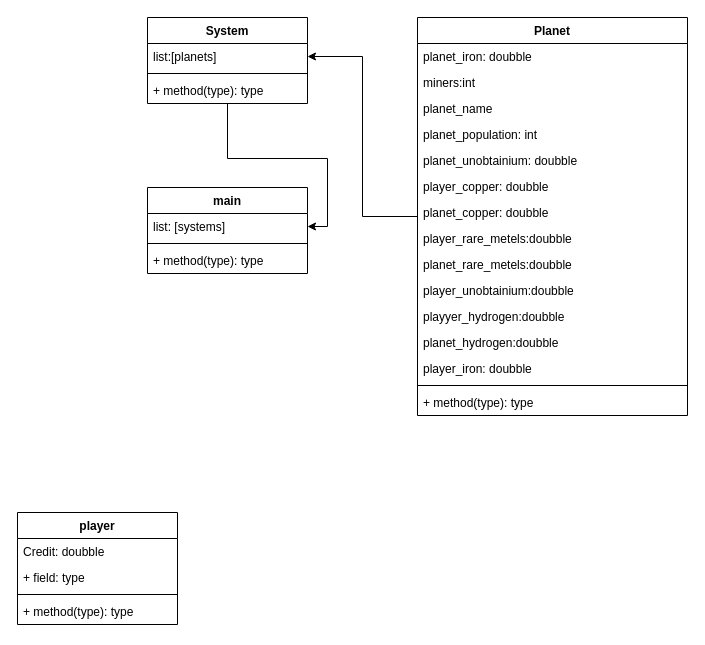
The draw.io diagram Ressorses/drawing and UML/UML.drawio in krixzy/space_survicers, before the edit. Source tidied: cells renumbered, new cells numbered last; positions are measured from the earlier drawing's top-left corner, leaving out a move shared by most shapes. Both pictures are drawn from the tidied source at 100%, with x=0, y=0 at pixel (17, 17).
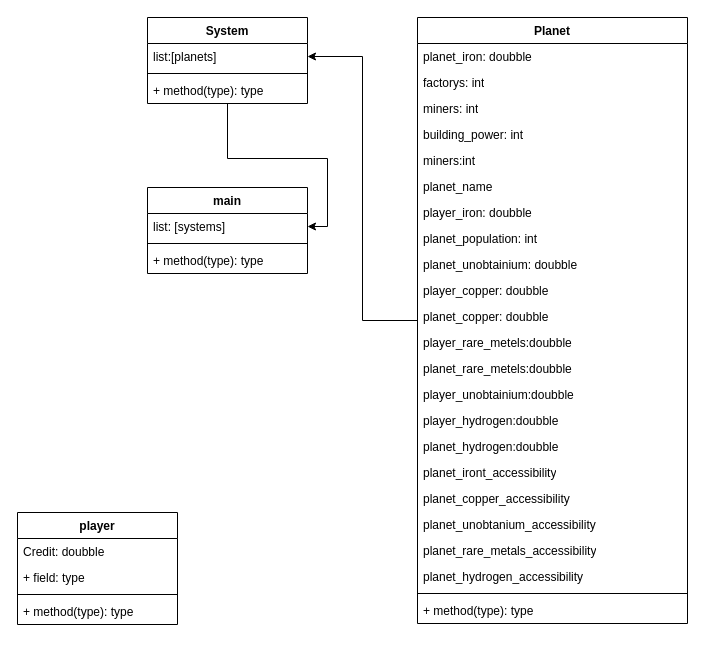
After the change.

Diff of the diagram source:
```diff
@@
     <mxCell id="8" value="Planet" style="swimlane;fontStyle=1;align=center;verticalAlign=top;horizontal=1;startSize=26;whiteSpace=wrap;html=1;" parent="1" vertex="1">
-      <mxGeometry x="400" width="270" height="398" as="geometry" />
+      <mxGeometry x="400" width="270" height="606" as="geometry" />
     </mxCell>
@@
+    <mxCell id="33" value="factorys: int&lt;br&gt;" style="text;strokeColor=none;fillColor=none;align=left;verticalAlign=top;spacingLeft=4;spacingRight=4;overflow=hidden;whiteSpace=wrap;html=1;" parent="8" vertex="1">
+      <mxGeometry y="52" width="270" height="26" as="geometry" />
+    </mxCell>
+    <mxCell id="34" value="miners: int" style="text;strokeColor=none;fillColor=none;align=left;verticalAlign=top;spacingLeft=4;spacingRight=4;overflow=hidden;whiteSpace=wrap;html=1;" parent="8" vertex="1">
+      <mxGeometry y="78" width="270" height="26" as="geometry" />
+    </mxCell>
+    <mxCell id="35" value="building_power: int&lt;br&gt;" style="text;strokeColor=none;fillColor=none;align=left;verticalAlign=top;spacingLeft=4;spacingRight=4;overflow=hidden;whiteSpace=wrap;html=1;" parent="8" vertex="1">
+      <mxGeometry y="104" width="270" height="26" as="geometry" />
+    </mxCell>
     <mxCell id="10" value="miners:int" style="text;strokeColor=none;fillColor=none;align=left;verticalAlign=top;spacingLeft=4;spacingRight=4;overflow=hidden;whiteSpace=wrap;html=1;" parent="8" vertex="1">
-      <mxGeometry y="52" width="270" height="26" as="geometry" />
+      <mxGeometry y="130" width="270" height="26" as="geometry" />
     </mxCell>
     <mxCell id="11" value="planet_name" style="text;strokeColor=none;fillColor=none;align=left;verticalAlign=top;spacingLeft=4;spacingRight=4;overflow=hidden;whiteSpace=wrap;html=1;" parent="8" vertex="1">
-      <mxGeometry y="78" width="270" height="26" as="geometry" />
+      <mxGeometry y="156" width="270" height="26" as="geometry" />
     </mxCell>
+    <mxCell id="21" value="player_iron: doubble" style="text;strokeColor=none;fillColor=none;align=left;verticalAlign=top;spacingLeft=4;spacingRight=4;overflow=hidden;whiteSpace=wrap;html=1;" parent="8" vertex="1">
+      <mxGeometry y="182" width="270" height="26" as="geometry" />
+    </mxCell>
     <mxCell id="12" value="planet_population: int" style="text;strokeColor=none;fillColor=none;align=left;verticalAlign=top;spacingLeft=4;spacingRight=4;overflow=hidden;whiteSpace=wrap;html=1;" parent="8" vertex="1">
-      <mxGeometry y="104" width="270" height="26" as="geometry" />
+      <mxGeometry y="208" width="270" height="26" as="geometry" />
     </mxCell>
     <mxCell id="13" value="planet_unobtainium: doubble" style="text;strokeColor=none;fillColor=none;align=left;verticalAlign=top;spacingLeft=4;spacingRight=4;overflow=hidden;whiteSpace=wrap;html=1;" parent="8" vertex="1">
-      <mxGeometry y="130" width="270" height="26" as="geometry" />
+      <mxGeometry y="234" width="270" height="26" as="geometry" />
     </mxCell>
     <mxCell id="14" value="player_copper: doubble" style="text;strokeColor=none;fillColor=none;align=left;verticalAlign=top;spacingLeft=4;spacingRight=4;overflow=hidden;whiteSpace=wrap;html=1;" parent="8" vertex="1">
-      <mxGeometry y="156" width="270" height="26" as="geometry" />
+      <mxGeometry y="260" width="270" height="26" as="geometry" />
     </mxCell>
     <mxCell id="15" value="planet_copper: doubble" style="text;strokeColor=none;fillColor=none;align=left;verticalAlign=top;spacingLeft=4;spacingRight=4;overflow=hidden;whiteSpace=wrap;html=1;" parent="8" vertex="1">
-      <mxGeometry y="182" width="270" height="26" as="geometry" />
+      <mxGeometry y="286" width="270" height="26" as="geometry" />
     </mxCell>
     <mxCell id="16" value="player_rare_metels:doubble" style="text;strokeColor=none;fillColor=none;align=left;verticalAlign=top;spacingLeft=4;spacingRight=4;overflow=hidden;whiteSpace=wrap;html=1;" parent="8" vertex="1">
-      <mxGeometry y="208" width="270" height="26" as="geometry" />
+      <mxGeometry y="312" width="270" height="26" as="geometry" />
     </mxCell>
     <mxCell id="17" value="planet_rare_metels:doubble" style="text;strokeColor=none;fillColor=none;align=left;verticalAlign=top;spacingLeft=4;spacingRight=4;overflow=hidden;whiteSpace=wrap;html=1;" parent="8" vertex="1">
-      <mxGeometry y="234" width="270" height="26" as="geometry" />
+      <mxGeometry y="338" width="270" height="26" as="geometry" />
     </mxCell>
     <mxCell id="18" value="player_unobtainium:doubble" style="text;strokeColor=none;fillColor=none;align=left;verticalAlign=top;spacingLeft=4;spacingRight=4;overflow=hidden;whiteSpace=wrap;html=1;" parent="8" vertex="1">
-      <mxGeometry y="260" width="270" height="26" as="geometry" />
+      <mxGeometry y="364" width="270" height="26" as="geometry" />
     </mxCell>
-    <mxCell id="19" value="playyer_hydrogen:doubble" style="text;strokeColor=none;fillColor=none;align=left;verticalAlign=top;spacingLeft=4;spacingRight=4;overflow=hidden;whiteSpace=wrap;html=1;" parent="8" vertex="1">
-      <mxGeometry y="286" width="270" height="26" as="geometry" />
+    <mxCell id="19" value="player_hydrogen:doubble" style="text;strokeColor=none;fillColor=none;align=left;verticalAlign=top;spacingLeft=4;spacingRight=4;overflow=hidden;whiteSpace=wrap;html=1;" parent="8" vertex="1">
+      <mxGeometry y="390" width="270" height="26" as="geometry" />
     </mxCell>
     <mxCell id="20" value="planet_hydrogen:doubble&lt;br&gt;" style="text;strokeColor=none;fillColor=none;align=left;verticalAlign=top;spacingLeft=4;spacingRight=4;overflow=hidden;whiteSpace=wrap;html=1;" parent="8" vertex="1">
-      <mxGeometry y="312" width="270" height="26" as="geometry" />
+      <mxGeometry y="416" width="270" height="26" as="geometry" />
     </mxCell>
-    <mxCell id="21" value="player_iron: doubble" style="text;strokeColor=none;fillColor=none;align=left;verticalAlign=top;spacingLeft=4;spacingRight=4;overflow=hidden;whiteSpace=wrap;html=1;" parent="8" vertex="1">
-      <mxGeometry y="338" width="270" height="26" as="geometry" />
-    </mxCell>
+    <mxCell id="36" value="planet_iront_accessibility" style="text;strokeColor=none;fillColor=none;align=left;verticalAlign=top;spacingLeft=4;spacingRight=4;overflow=hidden;whiteSpace=wrap;html=1;" parent="8" vertex="1">
+      <mxGeometry y="442" width="270" height="26" as="geometry" />
+    </mxCell>
+    <mxCell id="37" value="planet_copper_accessibility&lt;span style=&quot;white-space: pre;&quot;&gt;&#9;&lt;/span&gt;" style="text;strokeColor=none;fillColor=none;align=left;verticalAlign=top;spacingLeft=4;spacingRight=4;overflow=hidden;whiteSpace=wrap;html=1;" parent="8" vertex="1">
+      <mxGeometry y="468" width="270" height="26" as="geometry" />
+    </mxCell>
+    <mxCell id="38" value="planet_unobtanium_accessibility" style="text;strokeColor=none;fillColor=none;align=left;verticalAlign=top;spacingLeft=4;spacingRight=4;overflow=hidden;whiteSpace=wrap;html=1;" parent="8" vertex="1">
+      <mxGeometry y="494" width="270" height="26" as="geometry" />
+    </mxCell>
+    <mxCell id="39" value="planet_rare_metals_accessibility" style="text;strokeColor=none;fillColor=none;align=left;verticalAlign=top;spacingLeft=4;spacingRight=4;overflow=hidden;whiteSpace=wrap;html=1;" parent="8" vertex="1">
+      <mxGeometry y="520" width="270" height="26" as="geometry" />
+    </mxCell>
+    <mxCell id="40" value="planet_hydrogen_accessibility" style="text;strokeColor=none;fillColor=none;align=left;verticalAlign=top;spacingLeft=4;spacingRight=4;overflow=hidden;whiteSpace=wrap;html=1;" parent="8" vertex="1">
+      <mxGeometry y="546" width="270" height="26" as="geometry" />
+    </mxCell>
     <mxCell id="22" style="line;strokeWidth=1;fillColor=none;align=left;verticalAlign=middle;spacingTop=-1;spacingLeft=3;spacingRight=3;labelPosition=right;strokeColor=inherit;" parent="8" vertex="1">
-      <mxGeometry y="364" width="270" height="8" as="geometry" />
+      <mxGeometry y="572" width="270" height="8" as="geometry" />
     </mxCell>
     <mxCell id="23" value="+ method(type): type" style="text;strokeColor=none;fillColor=none;align=left;verticalAlign=top;spacingLeft=4;spacingRight=4;overflow=hidden;whiteSpace=wrap;html=1;" parent="8" vertex="1">
-      <mxGeometry y="372" width="270" height="26" as="geometry" />
+      <mxGeometry y="580" width="270" height="26" as="geometry" />
     </mxCell>
```
